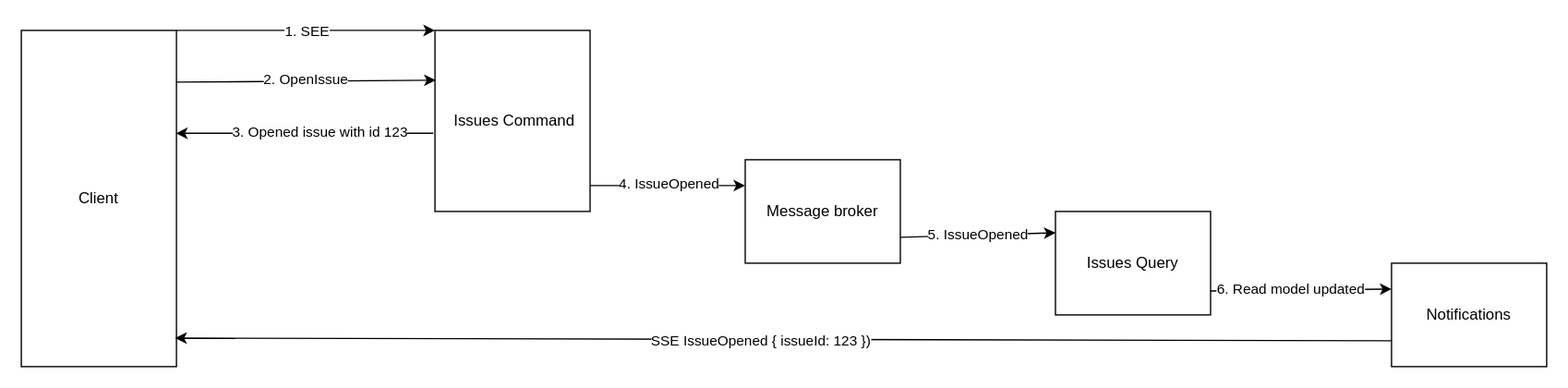
Before: images/async.svg, a diagram exported from draw.io (mziomek11/issues-tracker). Source tidied: cells renumbered, new cells last; positions are measured from the earlier drawing's top-left corner, leaving out a move shared by most shapes. Its diagram source:
```xml
<mxGraphModel>
  <root>
    <mxCell id="0" />
    <mxCell id="1" parent="0" />
    <mxCell id="2" value="Client" style="rounded=0;whiteSpace=wrap;html=1;align=center;" parent="1" vertex="1">
      <mxGeometry width="120" height="260" as="geometry" />
    </mxCell>
    <mxCell id="3" value="&amp;nbsp;Issues Command" style="rounded=0;whiteSpace=wrap;html=1;align=center;" parent="1" vertex="1">
      <mxGeometry x="320" width="120" height="140" as="geometry" />
    </mxCell>
    <mxCell id="4" style="endArrow=classic;html=1;rounded=0;exitX=1;exitY=0;exitDx=0;exitDy=0;entryX=0;entryY=0;entryDx=0;entryDy=0;" parent="1" edge="1" source="2" target="3">
      <mxGeometry relative="1" as="geometry" />
    </mxCell>
    <mxCell id="5" value="1. SEE" style="edgeLabel;html=1;align=center;verticalAlign=middle;" parent="4" vertex="1">
      <mxGeometry x="-0.82" y="2" relative="1" as="geometry">
        <mxPoint x="82" y="2" as="offset" />
      </mxGeometry>
    </mxCell>
    <mxCell id="6" style="endArrow=classic;html=1;rounded=0;exitX=-0.011;exitY=0.568;exitDx=0;exitDy=0;exitPerimeter=0;entryX=0.997;entryY=0.306;entryDx=0;entryDy=0;entryPerimeter=0;" parent="1" edge="1" source="3" target="2">
      <mxGeometry relative="1" as="geometry" />
    </mxCell>
    <mxCell id="7" value="3. Opened issue with id 123" style="edgeLabel;html=1;align=center;verticalAlign=middle;" parent="6" vertex="1">
      <mxGeometry x="0.11" y="-1" relative="1" as="geometry">
        <mxPoint x="22" as="offset" />
      </mxGeometry>
    </mxCell>
    <mxCell id="8" style="endArrow=classic;html=1;rounded=0;exitX=1;exitY=0;exitDx=0;exitDy=0;entryX=0.005;entryY=0.275;entryDx=0;entryDy=0;entryPerimeter=0;" parent="1" edge="1" target="3">
      <mxGeometry relative="1" as="geometry">
        <mxPoint x="120" y="40" as="sourcePoint" />
      </mxGeometry>
    </mxCell>
    <mxCell id="9" value="2. OpenIssue" style="edgeLabel;html=1;align=center;verticalAlign=middle;" parent="8" vertex="1">
      <mxGeometry x="-0.82" y="2" relative="1" as="geometry">
        <mxPoint x="82" as="offset" />
      </mxGeometry>
    </mxCell>
    <mxCell id="10" value="Message broker" style="rounded=0;whiteSpace=wrap;html=1;align=center;" parent="1" vertex="1">
      <mxGeometry x="560" y="100" width="120" height="80" as="geometry" />
    </mxCell>
    <mxCell id="11" style="endArrow=classic;html=1;rounded=0;exitX=1;exitY=0;exitDx=0;exitDy=0;" parent="1" edge="1">
      <mxGeometry relative="1" as="geometry">
        <mxPoint x="440" y="120" as="sourcePoint" />
        <mxPoint x="560" y="120" as="targetPoint" />
      </mxGeometry>
    </mxCell>
    <mxCell id="12" value="4. IssueOpened" style="edgeLabel;html=1;align=center;verticalAlign=middle;" parent="11" vertex="1">
      <mxGeometry x="-0.82" y="2" relative="1" as="geometry">
        <mxPoint x="49" as="offset" />
      </mxGeometry>
    </mxCell>
    <mxCell id="13" value="Issues Query" style="rounded=0;whiteSpace=wrap;html=1;align=center;" parent="1" vertex="1">
      <mxGeometry x="800" y="140" width="120" height="80" as="geometry" />
    </mxCell>
    <mxCell id="14" style="endArrow=classic;html=1;rounded=0;entryX=0.001;entryY=0.206;entryDx=0;entryDy=0;entryPerimeter=0;" parent="1" edge="1" target="13">
      <mxGeometry relative="1" as="geometry">
        <mxPoint x="680" y="160" as="sourcePoint" />
      </mxGeometry>
    </mxCell>
    <mxCell id="15" value="5. IssueOpened" style="edgeLabel;html=1;align=center;verticalAlign=middle;" parent="14" vertex="1">
      <mxGeometry x="-0.82" y="2" relative="1" as="geometry">
        <mxPoint x="49" as="offset" />
      </mxGeometry>
    </mxCell>
    <mxCell id="16" value="Notifications" style="rounded=0;whiteSpace=wrap;html=1;align=center;" parent="1" vertex="1">
      <mxGeometry x="1060" y="180" width="120" height="80" as="geometry" />
    </mxCell>
    <mxCell id="17" style="endArrow=classic;html=1;rounded=0;" parent="1" edge="1">
      <mxGeometry relative="1" as="geometry">
        <mxPoint x="920" y="201.5" as="sourcePoint" />
        <mxPoint x="1060" y="200" as="targetPoint" />
      </mxGeometry>
    </mxCell>
    <mxCell id="18" value="6. Read model updated" style="edgeLabel;html=1;align=center;verticalAlign=middle;" parent="17" vertex="1">
      <mxGeometry x="-0.82" y="2" relative="1" as="geometry">
        <mxPoint x="49" as="offset" />
      </mxGeometry>
    </mxCell>
    <mxCell id="19" style="endArrow=classic;html=1;rounded=0;entryX=0.992;entryY=0.915;entryDx=0;entryDy=0;entryPerimeter=0;exitX=0;exitY=0.75;exitDx=0;exitDy=0;" parent="1" edge="1" source="16" target="2">
      <mxGeometry relative="1" as="geometry" />
    </mxCell>
    <mxCell id="20" value="SSE IssueOpened { issueId: 123 })" style="edgeLabel;html=1;align=center;verticalAlign=middle;" parent="19" vertex="1">
      <mxGeometry x="0.04" y="3" relative="1" as="geometry">
        <mxPoint y="-2" as="offset" />
      </mxGeometry>
    </mxCell>
  </root>
</mxGraphModel>
```
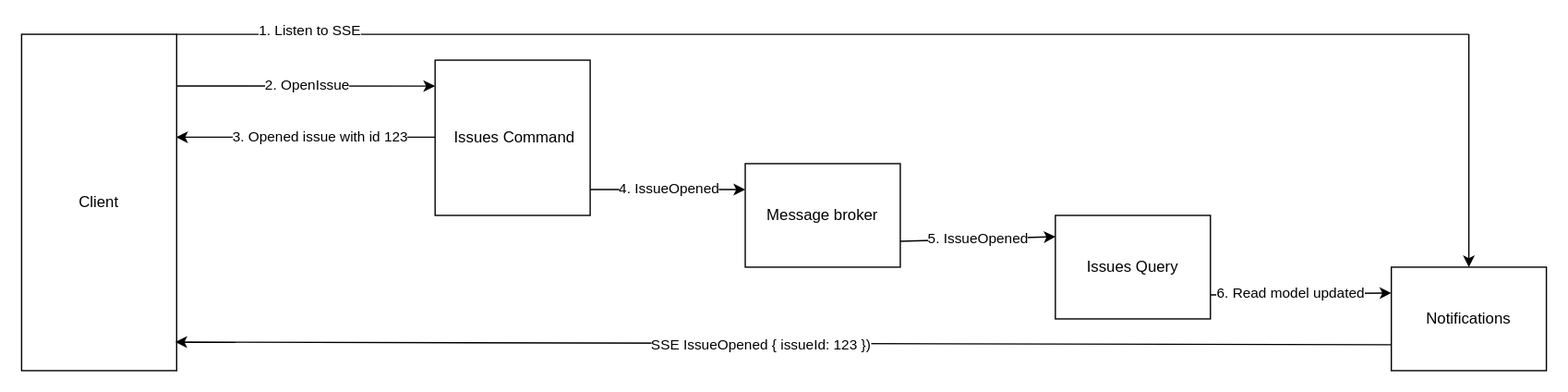
Above is the later version.

Commit message:
Update async communication image

The edit, as a diff of the source:
```diff
@@ -6,17 +6,9 @@
       <mxGeometry width="120" height="260" as="geometry" />
     </mxCell>
     <mxCell id="3" value="&amp;nbsp;Issues Command" style="rounded=0;whiteSpace=wrap;html=1;align=center;" parent="1" vertex="1">
-      <mxGeometry x="320" width="120" height="140" as="geometry" />
+      <mxGeometry x="320" y="20" width="120" height="120" as="geometry" />
     </mxCell>
-    <mxCell id="4" style="endArrow=classic;html=1;rounded=0;exitX=1;exitY=0;exitDx=0;exitDy=0;entryX=0;entryY=0;entryDx=0;entryDy=0;" parent="1" edge="1" source="2" target="3">
-      <mxGeometry relative="1" as="geometry" />
-    </mxCell>
-    <mxCell id="5" value="1. SEE" style="edgeLabel;html=1;align=center;verticalAlign=middle;" parent="4" vertex="1">
-      <mxGeometry x="-0.82" y="2" relative="1" as="geometry">
-        <mxPoint x="82" y="2" as="offset" />
-      </mxGeometry>
-    </mxCell>
-    <mxCell id="6" style="endArrow=classic;html=1;rounded=0;exitX=-0.011;exitY=0.568;exitDx=0;exitDy=0;exitPerimeter=0;entryX=0.997;entryY=0.306;entryDx=0;entryDy=0;entryPerimeter=0;" parent="1" edge="1" source="3" target="2">
+    <mxCell id="6" style="endArrow=classic;html=1;rounded=0;exitX=0;exitY=0.496;exitDx=0;exitDy=0;exitPerimeter=0;entryX=0.997;entryY=0.306;entryDx=0;entryDy=0;entryPerimeter=0;" parent="1" edge="1" source="3" target="2">
       <mxGeometry relative="1" as="geometry" />
     </mxCell>
     <mxCell id="7" value="3. Opened issue with id 123" style="edgeLabel;html=1;align=center;verticalAlign=middle;" parent="6" vertex="1">
@@ -24,7 +16,7 @@
         <mxPoint x="22" as="offset" />
       </mxGeometry>
     </mxCell>
-    <mxCell id="8" style="endArrow=classic;html=1;rounded=0;exitX=1;exitY=0;exitDx=0;exitDy=0;entryX=0.005;entryY=0.275;entryDx=0;entryDy=0;entryPerimeter=0;" parent="1" edge="1" target="3">
+    <mxCell id="8" style="endArrow=classic;html=1;rounded=0;exitX=1;exitY=0;exitDx=0;exitDy=0;entryX=0;entryY=0.167;entryDx=0;entryDy=0;entryPerimeter=0;" parent="1" edge="1" target="3">
       <mxGeometry relative="1" as="geometry">
         <mxPoint x="120" y="40" as="sourcePoint" />
       </mxGeometry>
@@ -83,5 +75,18 @@
         <mxPoint y="-2" as="offset" />
       </mxGeometry>
     </mxCell>
+    <mxCell id="21" style="endArrow=none;html=1;rounded=0;exitX=1;exitY=0;exitDx=0;exitDy=0;" parent="1" edge="1" source="2">
+      <mxGeometry relative="1" as="geometry">
+        <mxPoint x="1120" as="targetPoint" />
+      </mxGeometry>
+    </mxCell>
+    <mxCell id="22" value="1. Listen to SSE" style="edgeLabel;html=1;align=center;verticalAlign=middle;" parent="21" vertex="1">
+      <mxGeometry x="-0.8" y="4" relative="1" as="geometry" />
+    </mxCell>
+    <mxCell id="23" style="endArrow=classic;html=1;rounded=0;entryX=0.5;entryY=0;entryDx=0;entryDy=0;" parent="1" edge="1" target="16">
+      <mxGeometry relative="1" as="geometry">
+        <mxPoint x="1120" as="sourcePoint" />
+      </mxGeometry>
+    </mxCell>
   </root>
 </mxGraphModel>
```
